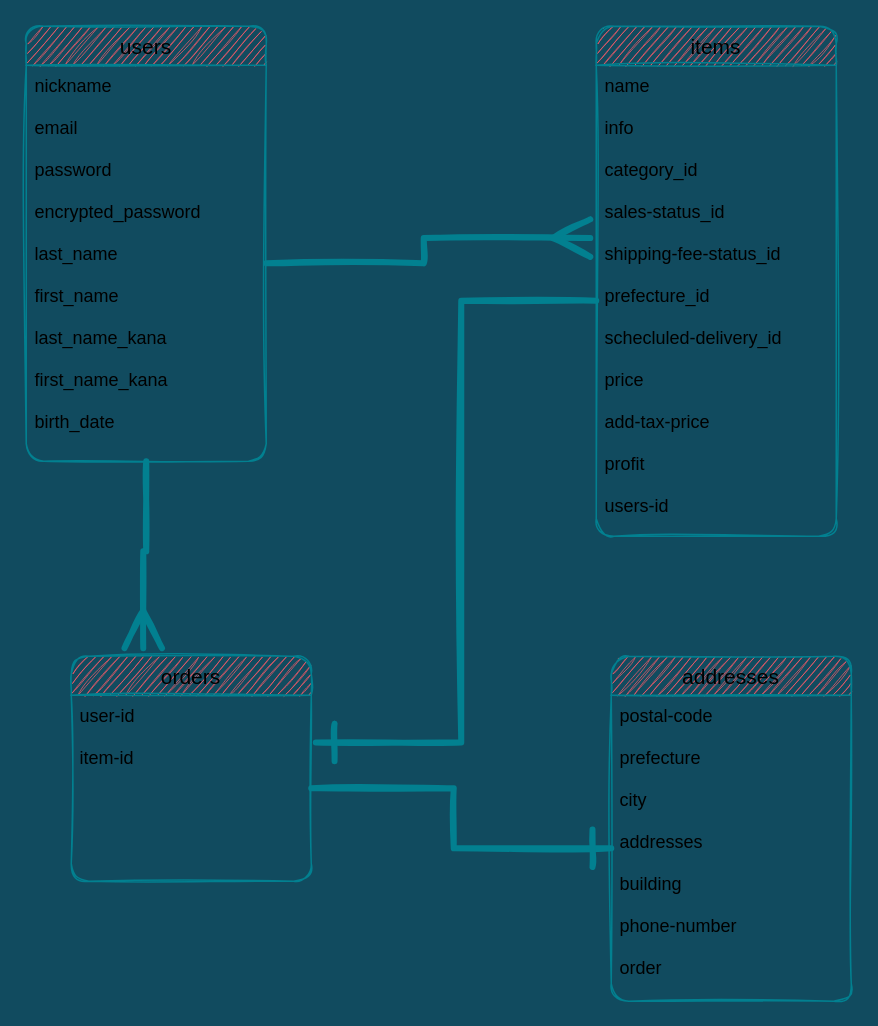
This is page "ページ1" (1 of 2) of test.dio from kou829/furima-31787, a draw.io file, before an edit. Source tidied: cells renumbered, new cells numbered last; positions are measured from the earlier drawing's top-left corner, leaving out a move shared by most shapes. Both pictures are drawn from the tidied source at 150%, with x=0, y=0 at pixel (26, 26).
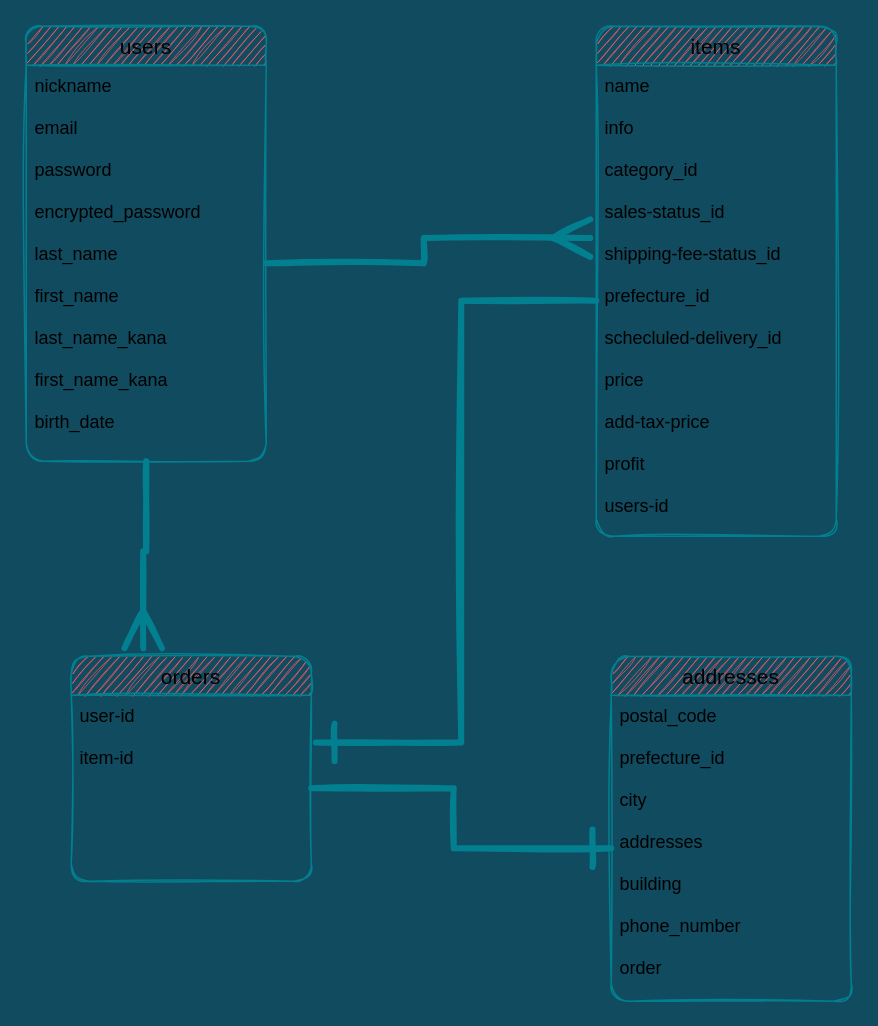
The same diagram, later.

Commit message (it also covers changes not shown here):
ER図・データベース設計再修正

Change to the diagram source:
```diff
@@
 <mxGraphModel background="#114B5F">
   <root>
     <mxCell id="0" />
     <mxCell id="1" parent="0" />
     <mxCell id="2" value="items" style="swimlane;fontStyle=0;horizontal=1;startSize=26;align=center;fontSize=14;rounded=1;sketch=1;strokeColor=#028090;fillColor=#F45B69;" parent="1" vertex="1">
       <mxGeometry x="380" width="160" height="340" as="geometry" />
     </mxCell>
     <mxCell id="3" value="name&#10;&#10;info&#10;&#10;category_id&#10;&#10;sales-status_id&#10;&#10;shipping-fee-status_id&#10;&#10;prefecture_id&#10;&#10;schecluled-delivery_id&#10;&#10;price&#10;&#10;add-tax-price&#10;&#10;profit&#10;&#10;users-id&#10;&#10;&#10;&#10;&#10;&#10;" style="text;strokeColor=none;fillColor=none;spacingLeft=4;spacingRight=4;overflow=hidden;points=[[0,0.5],[1,0.5]];portConstraint=eastwest;fontSize=12;" parent="2" vertex="1">
       <mxGeometry y="26" width="160" height="314" as="geometry" />
     </mxCell>
     <mxCell id="4" style="edgeStyle=orthogonalEdgeStyle;rounded=0;sketch=1;jumpSize=13;jettySize=auto;html=1;entryX=0.3;entryY=-0.036;entryDx=0;entryDy=0;entryPerimeter=0;startSize=20;endArrow=ERmany;endFill=0;endSize=20;strokeColor=#028090;strokeWidth=4;fillColor=#F45B69;fontColor=#E4FDE1;" parent="1" edge="1" source="5" target="9">
       <mxGeometry relative="1" as="geometry" />
     </mxCell>
     <mxCell id="5" value="users" style="swimlane;fontStyle=0;horizontal=1;startSize=26;align=center;fontSize=14;rounded=1;sketch=1;strokeColor=#028090;fillColor=#F45B69;" parent="1" vertex="1">
       <mxGeometry width="160" height="290" as="geometry" />
     </mxCell>
     <mxCell id="6" value="nickname&#10;&#10;email &#10;&#10;password&#10;&#10;encrypted_password&#10;&#10;last_name&#10;&#10;first_name&#10;&#10;last_name_kana&#10;&#10;first_name_kana&#10;&#10;birth_date" style="text;strokeColor=none;fillColor=none;spacingLeft=4;spacingRight=4;overflow=hidden;points=[[0,0.5],[1,0.5]];portConstraint=eastwest;fontSize=12;" parent="5" vertex="1">
       <mxGeometry y="26" width="160" height="264" as="geometry" />
     </mxCell>
     <mxCell id="7" style="edgeStyle=orthogonalEdgeStyle;rounded=0;sketch=1;jumpSize=13;jettySize=auto;html=1;exitX=1;exitY=0.5;exitDx=0;exitDy=0;entryX=-0.025;entryY=0.367;entryDx=0;entryDy=0;entryPerimeter=0;startSize=20;endArrow=ERmany;endFill=0;endSize=20;strokeColor=#028090;fillColor=#F45B69;fontColor=#E4FDE1;strokeWidth=4;" parent="1" edge="1" source="6" target="3">
       <mxGeometry relative="1" as="geometry" />
     </mxCell>
     <mxCell id="8" style="edgeStyle=orthogonalEdgeStyle;rounded=0;sketch=1;jumpSize=13;jettySize=auto;html=1;entryX=1.019;entryY=0.254;entryDx=0;entryDy=0;entryPerimeter=0;startSize=20;endArrow=ERone;endFill=0;endSize=20;strokeColor=#028090;strokeWidth=4;fillColor=#F45B69;fontColor=#E4FDE1;" parent="1" edge="1" source="3" target="10">
       <mxGeometry relative="1" as="geometry" />
     </mxCell>
     <mxCell id="9" value="orders" style="swimlane;fontStyle=0;horizontal=1;startSize=26;align=center;fontSize=14;rounded=1;sketch=1;strokeColor=#028090;fillColor=#F45B69;" parent="1" vertex="1">
       <mxGeometry x="30" y="420" width="160" height="150" as="geometry" />
     </mxCell>
     <mxCell id="10" value="user-id&#10;&#10;item-id&#10;&#10;&#10;&#10;" style="text;strokeColor=none;fillColor=none;spacingLeft=4;spacingRight=4;overflow=hidden;points=[[0,0.5],[1,0.5]];portConstraint=eastwest;fontSize=12;" parent="9" vertex="1">
       <mxGeometry y="26" width="160" height="124" as="geometry" />
     </mxCell>
     <mxCell id="11" value="addresses" style="swimlane;fontStyle=0;horizontal=1;startSize=26;align=center;fontSize=14;rounded=1;sketch=1;strokeColor=#028090;fillColor=#F45B69;" parent="1" vertex="1">
       <mxGeometry x="390" y="420" width="160" height="230" as="geometry" />
     </mxCell>
-    <mxCell id="12" value="postal-code&#10;&#10;prefecture&#10;&#10;city&#10;&#10;addresses&#10;&#10;building&#10;&#10;phone-number&#10;&#10;order" style="text;strokeColor=none;fillColor=none;spacingLeft=4;spacingRight=4;overflow=hidden;points=[[0,0.5],[1,0.5]];portConstraint=eastwest;fontSize=12;" parent="11" vertex="1">
+    <mxCell id="12" value="postal_code&#10;&#10;prefecture_id&#10;&#10;city&#10;&#10;addresses&#10;&#10;building&#10;&#10;phone_number&#10;&#10;order" style="text;strokeColor=none;fillColor=none;spacingLeft=4;spacingRight=4;overflow=hidden;points=[[0,0.5],[1,0.5]];portConstraint=eastwest;fontSize=12;" parent="11" vertex="1">
       <mxGeometry y="26" width="160" height="204" as="geometry" />
     </mxCell>
     <mxCell id="13" style="edgeStyle=orthogonalEdgeStyle;rounded=0;sketch=1;jumpSize=13;jettySize=auto;html=1;exitX=1;exitY=0.5;exitDx=0;exitDy=0;entryX=0;entryY=0.5;entryDx=0;entryDy=0;startSize=20;endArrow=ERone;endFill=0;endSize=20;strokeColor=#028090;strokeWidth=4;fillColor=#F45B69;fontColor=#E4FDE1;" parent="1" edge="1" source="10" target="12">
       <mxGeometry relative="1" as="geometry" />
     </mxCell>
   </root>
 </mxGraphModel>
```
